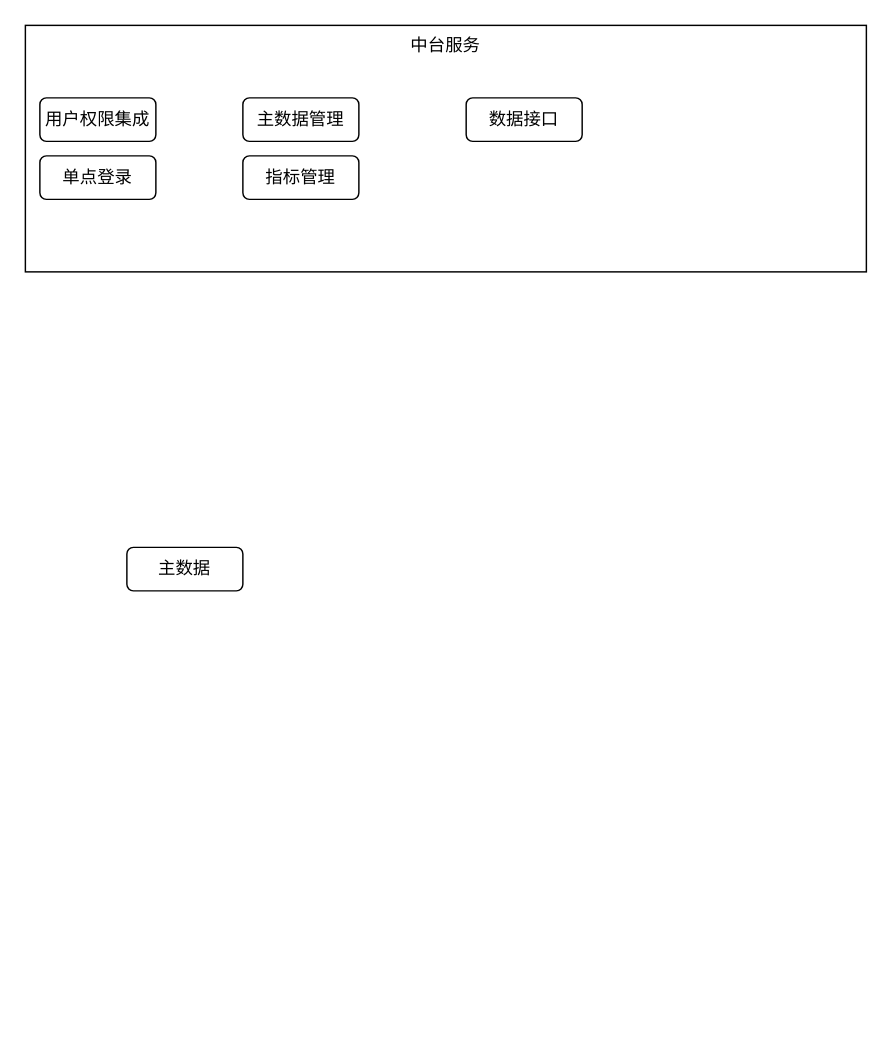
This is 数据中台-技术架构.drawio from langsha1978/memory-notes, a draw.io file, before an edit. Source tidied: cells renumbered, new cells numbered last; positions are measured from the earlier drawing's top-left corner, leaving out a move shared by most shapes. Both pictures are drawn from the tidied source at 145%, with x=0, y=0 at pixel (25, 25).
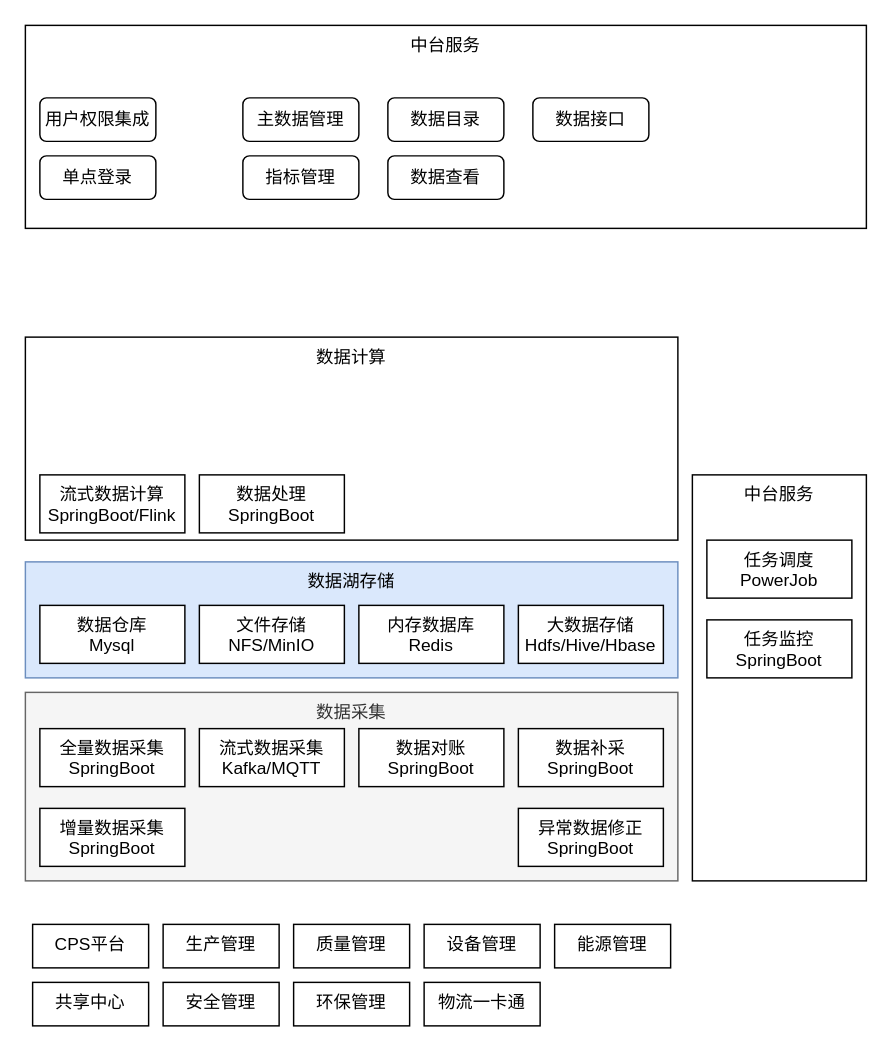
The same page after the edit.

Commit message:
Update 数据中台-技术架构.drawio

The edit, as a diff of the source:
```diff
@@
+    <mxCell id="9" value="中台服务" style="rounded=0;whiteSpace=wrap;html=1;verticalAlign=top;" parent="1" vertex="1">
+      <mxGeometry x="460" y="310" width="120" height="280" as="geometry" />
+    </mxCell>
     <mxCell id="2" value="中台服务" style="rounded=0;whiteSpace=wrap;html=1;verticalAlign=top;" parent="1" vertex="1">
-      <mxGeometry width="580" height="170" as="geometry" />
+      <mxGeometry width="580" height="140" as="geometry" />
     </mxCell>
@@
-    <mxCell id="5" value="主数据" style="rounded=1;whiteSpace=wrap;html=1;" parent="1" vertex="1">
-      <mxGeometry x="70" y="360" width="80" height="30" as="geometry" />
-    </mxCell>
@@
     <mxCell id="8" value="数据接口" style="rounded=1;whiteSpace=wrap;html=1;" parent="1" vertex="1">
-      <mxGeometry x="304" y="50" width="80" height="30" as="geometry" />
+      <mxGeometry x="350" y="50" width="80" height="30" as="geometry" />
     </mxCell>
+    <mxCell id="10" value="数据目录" style="rounded=1;whiteSpace=wrap;html=1;" parent="1" vertex="1">
+      <mxGeometry x="250" y="50" width="80" height="30" as="geometry" />
+    </mxCell>
+    <mxCell id="11" value="数据查看" style="rounded=1;whiteSpace=wrap;html=1;" parent="1" vertex="1">
+      <mxGeometry x="250" y="90" width="80" height="30" as="geometry" />
+    </mxCell>
+    <mxCell id="12" value="数据湖存储" style="rounded=0;whiteSpace=wrap;html=1;verticalAlign=top;fillColor=#dae8fc;strokeColor=#6c8ebf;" parent="1" vertex="1">
+      <mxGeometry y="370" width="450" height="80" as="geometry" />
+    </mxCell>
+    <mxCell id="13" value="数据采集" style="rounded=0;whiteSpace=wrap;html=1;verticalAlign=top;fillColor=#f5f5f5;strokeColor=#666666;fontColor=#333333;" parent="1" vertex="1">
+      <mxGeometry y="460" width="450" height="130" as="geometry" />
+    </mxCell>
+    <mxCell id="14" value="CPS平台" style="rounded=0;whiteSpace=wrap;html=1;verticalAlign=top;align=center;" parent="1" vertex="1">
+      <mxGeometry x="5" y="620" width="80" height="30" as="geometry" />
+    </mxCell>
+    <mxCell id="15" value="共享中心" style="rounded=0;whiteSpace=wrap;html=1;verticalAlign=top;align=center;" parent="1" vertex="1">
+      <mxGeometry x="5" y="660" width="80" height="30" as="geometry" />
+    </mxCell>
+    <mxCell id="16" value="生产管理" style="rounded=0;whiteSpace=wrap;html=1;verticalAlign=top;align=center;" parent="1" vertex="1">
+      <mxGeometry x="95" y="620" width="80" height="30" as="geometry" />
+    </mxCell>
+    <mxCell id="17" value="质量管理" style="rounded=0;whiteSpace=wrap;html=1;verticalAlign=top;align=center;" parent="1" vertex="1">
+      <mxGeometry x="185" y="620" width="80" height="30" as="geometry" />
+    </mxCell>
+    <mxCell id="18" value="设备管理" style="rounded=0;whiteSpace=wrap;html=1;verticalAlign=top;align=center;" parent="1" vertex="1">
+      <mxGeometry x="275" y="620" width="80" height="30" as="geometry" />
+    </mxCell>
+    <mxCell id="19" value="能源管理" style="rounded=0;whiteSpace=wrap;html=1;verticalAlign=top;align=center;" parent="1" vertex="1">
+      <mxGeometry x="365" y="620" width="80" height="30" as="geometry" />
+    </mxCell>
+    <mxCell id="20" value="安全管理" style="rounded=0;whiteSpace=wrap;html=1;verticalAlign=top;align=center;" parent="1" vertex="1">
+      <mxGeometry x="95" y="660" width="80" height="30" as="geometry" />
+    </mxCell>
+    <mxCell id="21" value="环保管理" style="rounded=0;whiteSpace=wrap;html=1;verticalAlign=top;align=center;" parent="1" vertex="1">
+      <mxGeometry x="185" y="660" width="80" height="30" as="geometry" />
+    </mxCell>
+    <mxCell id="22" value="物流一卡通" style="rounded=0;whiteSpace=wrap;html=1;verticalAlign=top;align=center;" parent="1" vertex="1">
+      <mxGeometry x="275" y="660" width="80" height="30" as="geometry" />
+    </mxCell>
+    <mxCell id="23" value="全量数据采集&lt;br&gt;SpringBoot" style="rounded=0;whiteSpace=wrap;html=1;verticalAlign=top;align=center;" parent="1" vertex="1">
+      <mxGeometry x="10" y="485" width="100" height="40" as="geometry" />
+    </mxCell>
+    <mxCell id="24" value="增量数据采集&lt;br&gt;SpringBoot" style="rounded=0;whiteSpace=wrap;html=1;verticalAlign=top;align=center;" parent="1" vertex="1">
+      <mxGeometry x="10" y="540" width="100" height="40" as="geometry" />
+    </mxCell>
+    <mxCell id="25" value="流式数据采集&lt;br&gt;Kafka/MQTT" style="rounded=0;whiteSpace=wrap;html=1;verticalAlign=top;align=center;" parent="1" vertex="1">
+      <mxGeometry x="120" y="485" width="100" height="40" as="geometry" />
+    </mxCell>
+    <mxCell id="26" value="任务调度&lt;br&gt;PowerJob" style="rounded=0;whiteSpace=wrap;html=1;verticalAlign=top;align=center;" parent="1" vertex="1">
+      <mxGeometry x="470" y="355" width="100" height="40" as="geometry" />
+    </mxCell>
+    <mxCell id="27" value="数据补采&lt;br&gt;SpringBoot" style="rounded=0;whiteSpace=wrap;html=1;verticalAlign=top;align=center;" parent="1" vertex="1">
+      <mxGeometry x="340" y="485" width="100" height="40" as="geometry" />
+    </mxCell>
+    <mxCell id="28" value="异常数据修正&lt;br&gt;SpringBoot" style="rounded=0;whiteSpace=wrap;html=1;verticalAlign=top;align=center;" parent="1" vertex="1">
+      <mxGeometry x="340" y="540" width="100" height="40" as="geometry" />
+    </mxCell>
+    <mxCell id="29" value="任务监控&lt;br&gt;SpringBoot" style="rounded=0;whiteSpace=wrap;html=1;verticalAlign=top;align=center;" parent="1" vertex="1">
+      <mxGeometry x="470" y="410" width="100" height="40" as="geometry" />
+    </mxCell>
+    <mxCell id="30" value="数据对账&lt;br&gt;SpringBoot" style="rounded=0;whiteSpace=wrap;html=1;verticalAlign=top;align=center;" parent="1" vertex="1">
+      <mxGeometry x="230" y="485" width="100" height="40" as="geometry" />
+    </mxCell>
+    <mxCell id="31" value="数据仓库&lt;br&gt;Mysql" style="rounded=0;whiteSpace=wrap;html=1;verticalAlign=top;align=center;" parent="1" vertex="1">
+      <mxGeometry x="10" y="400" width="100" height="40" as="geometry" />
+    </mxCell>
+    <mxCell id="32" value="文件存储&lt;br&gt;NFS/MinIO" style="rounded=0;whiteSpace=wrap;html=1;verticalAlign=top;align=center;" parent="1" vertex="1">
+      <mxGeometry x="120" y="400" width="100" height="40" as="geometry" />
+    </mxCell>
+    <mxCell id="33" value="内存数据库&lt;br&gt;Redis" style="rounded=0;whiteSpace=wrap;html=1;verticalAlign=top;align=center;" parent="1" vertex="1">
+      <mxGeometry x="230" y="400" width="100" height="40" as="geometry" />
+    </mxCell>
+    <mxCell id="34" value="大数据存储&lt;br&gt;Hdfs/Hive/Hbase" style="rounded=0;whiteSpace=wrap;html=1;verticalAlign=top;align=center;" parent="1" vertex="1">
+      <mxGeometry x="340" y="400" width="100" height="40" as="geometry" />
+    </mxCell>
+    <mxCell id="35" value="数据计算" style="rounded=0;whiteSpace=wrap;html=1;verticalAlign=top;" parent="1" vertex="1">
+      <mxGeometry y="215" width="450" height="140" as="geometry" />
+    </mxCell>
+    <mxCell id="36" value="流式数据计算&lt;br&gt;SpringBoot/Flink" style="rounded=0;whiteSpace=wrap;html=1;verticalAlign=top;align=center;" parent="1" vertex="1">
+      <mxGeometry x="10" y="310" width="100" height="40" as="geometry" />
+    </mxCell>
+    <mxCell id="37" value="数据处理&lt;br&gt;SpringBoot" style="rounded=0;whiteSpace=wrap;html=1;verticalAlign=top;align=center;" parent="1" vertex="1">
+      <mxGeometry x="120" y="310" width="100" height="40" as="geometry" />
+    </mxCell>
```
